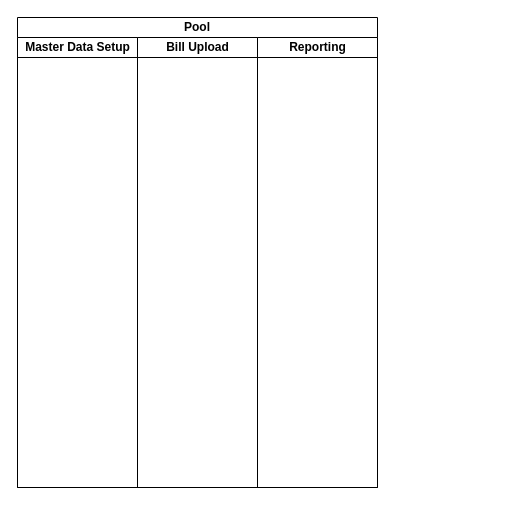
Above: CloudBIllingWorkflow.drawio in Arif-Badhon/BongoBD (draw.io), before the change. Source tidied: cells renumbered, new cells numbered last; positions are measured from the earlier drawing's top-left corner, leaving out a move shared by most shapes. Both pictures are drawn from the tidied source at 100%, with x=0, y=0 at pixel (17, 17).
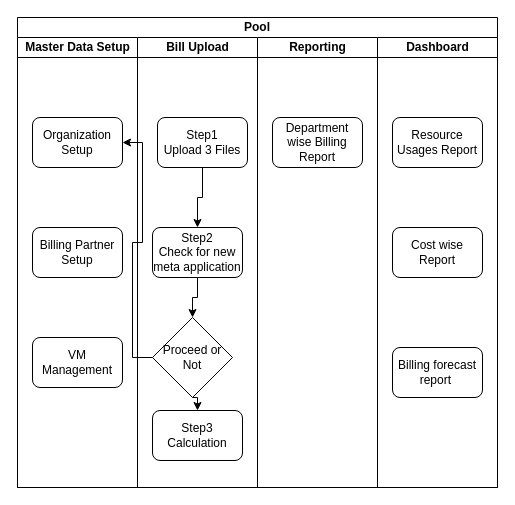
After the change.

The change refers to these unchanged cells:
```xml
<mxCell id="3" value="Master Data Setup" style="swimlane;html=1;startSize=20;" parent="2" vertex="1">
  <mxGeometry y="20" width="120" height="450" as="geometry" />
</mxCell>
<mxCell id="4" value="Bill Upload" style="swimlane;html=1;startSize=20;" parent="2" vertex="1">
  <mxGeometry x="120" y="20" width="120" height="450" as="geometry" />
</mxCell>
<mxCell id="5" value="Reporting" style="swimlane;html=1;startSize=20;" parent="2" vertex="1">
  <mxGeometry x="240" y="20" width="120" height="450" as="geometry" />
</mxCell>
```

What changed in the source:
```diff
@@
     <mxCell id="2" value="Pool" style="swimlane;html=1;startSize=20;whiteSpace=wrap;" parent="1" vertex="1">
-      <mxGeometry width="360" height="470" as="geometry" />
+      <mxGeometry width="480" height="470" as="geometry" />
     </mxCell>
@@
+    <mxCell id="6" value="Organization Setup" style="rounded=1;whiteSpace=wrap;html=1;" parent="3" vertex="1">
+      <mxGeometry x="15" y="80" width="90" height="50" as="geometry" />
+    </mxCell>
+    <mxCell id="7" value="Billing Partner Setup" style="rounded=1;whiteSpace=wrap;html=1;" parent="3" vertex="1">
+      <mxGeometry x="15" y="190" width="90" height="50" as="geometry" />
+    </mxCell>
+    <mxCell id="8" value="VM Management" style="rounded=1;whiteSpace=wrap;html=1;" parent="3" vertex="1">
+      <mxGeometry x="15" y="300" width="90" height="50" as="geometry" />
+    </mxCell>
@@
+    <mxCell id="9" style="edgeStyle=orthogonalEdgeStyle;rounded=0;jettySize=auto;html=1;exitX=0.5;exitY=1;exitDx=0;exitDy=0;entryX=0.5;entryY=0;entryDx=0;entryDy=0;" parent="4" edge="1" source="10" target="12">
+      <mxGeometry relative="1" as="geometry" />
+    </mxCell>
+    <mxCell id="10" value="Step1&lt;br&gt;Upload 3 Files" style="rounded=1;whiteSpace=wrap;html=1;" parent="4" vertex="1">
+      <mxGeometry x="20" y="80" width="90" height="50" as="geometry" />
+    </mxCell>
+    <mxCell id="11" style="edgeStyle=orthogonalEdgeStyle;rounded=0;jettySize=auto;html=1;exitX=0.5;exitY=1;exitDx=0;exitDy=0;entryX=0.5;entryY=0;entryDx=0;entryDy=0;" parent="4" edge="1" source="12" target="15">
+      <mxGeometry relative="1" as="geometry" />
+    </mxCell>
+    <mxCell id="12" value="Step2&lt;br&gt;Check for new meta application" style="rounded=1;whiteSpace=wrap;html=1;" parent="4" vertex="1">
+      <mxGeometry x="15" y="190" width="90" height="50" as="geometry" />
+    </mxCell>
+    <mxCell id="13" value="Step3&lt;br&gt;Calculation" style="rounded=1;whiteSpace=wrap;html=1;" parent="4" vertex="1">
+      <mxGeometry x="15" y="373" width="90" height="50" as="geometry" />
+    </mxCell>
+    <mxCell id="14" style="edgeStyle=orthogonalEdgeStyle;rounded=0;jettySize=auto;html=1;exitX=0.5;exitY=1;exitDx=0;exitDy=0;entryX=0.5;entryY=0;entryDx=0;entryDy=0;" parent="4" edge="1" source="15" target="13">
+      <mxGeometry relative="1" as="geometry" />
+    </mxCell>
+    <mxCell id="15" value="Proceed or Not" style="rhombus;whiteSpace=wrap;html=1;" parent="4" vertex="1">
+      <mxGeometry x="15" y="280" width="80" height="80" as="geometry" />
+    </mxCell>
@@
+    <mxCell id="16" value="Department wise Billing Report" style="rounded=1;whiteSpace=wrap;html=1;" parent="5" vertex="1">
+      <mxGeometry x="15" y="80" width="90" height="50" as="geometry" />
+    </mxCell>
+    <mxCell id="17" value="Dashboard" style="swimlane;html=1;startSize=20;" parent="2" vertex="1">
+      <mxGeometry x="360" y="20" width="120" height="450" as="geometry" />
+    </mxCell>
+    <mxCell id="18" value="Resource Usages Report" style="rounded=1;whiteSpace=wrap;html=1;" parent="17" vertex="1">
+      <mxGeometry x="15" y="80" width="90" height="50" as="geometry" />
+    </mxCell>
+    <mxCell id="19" value="Cost wise Report" style="rounded=1;whiteSpace=wrap;html=1;" parent="17" vertex="1">
+      <mxGeometry x="15" y="190" width="90" height="50" as="geometry" />
+    </mxCell>
+    <mxCell id="20" value="Billing forecast report&amp;nbsp;" style="rounded=1;whiteSpace=wrap;html=1;" parent="17" vertex="1">
+      <mxGeometry x="15" y="310" width="90" height="50" as="geometry" />
+    </mxCell>
+    <mxCell id="21" style="edgeStyle=orthogonalEdgeStyle;rounded=0;jettySize=auto;html=1;exitX=0;exitY=0.5;exitDx=0;exitDy=0;entryX=1;entryY=0.5;entryDx=0;entryDy=0;" parent="2" edge="1" source="15" target="6">
+      <mxGeometry relative="1" as="geometry" />
+    </mxCell>
```
